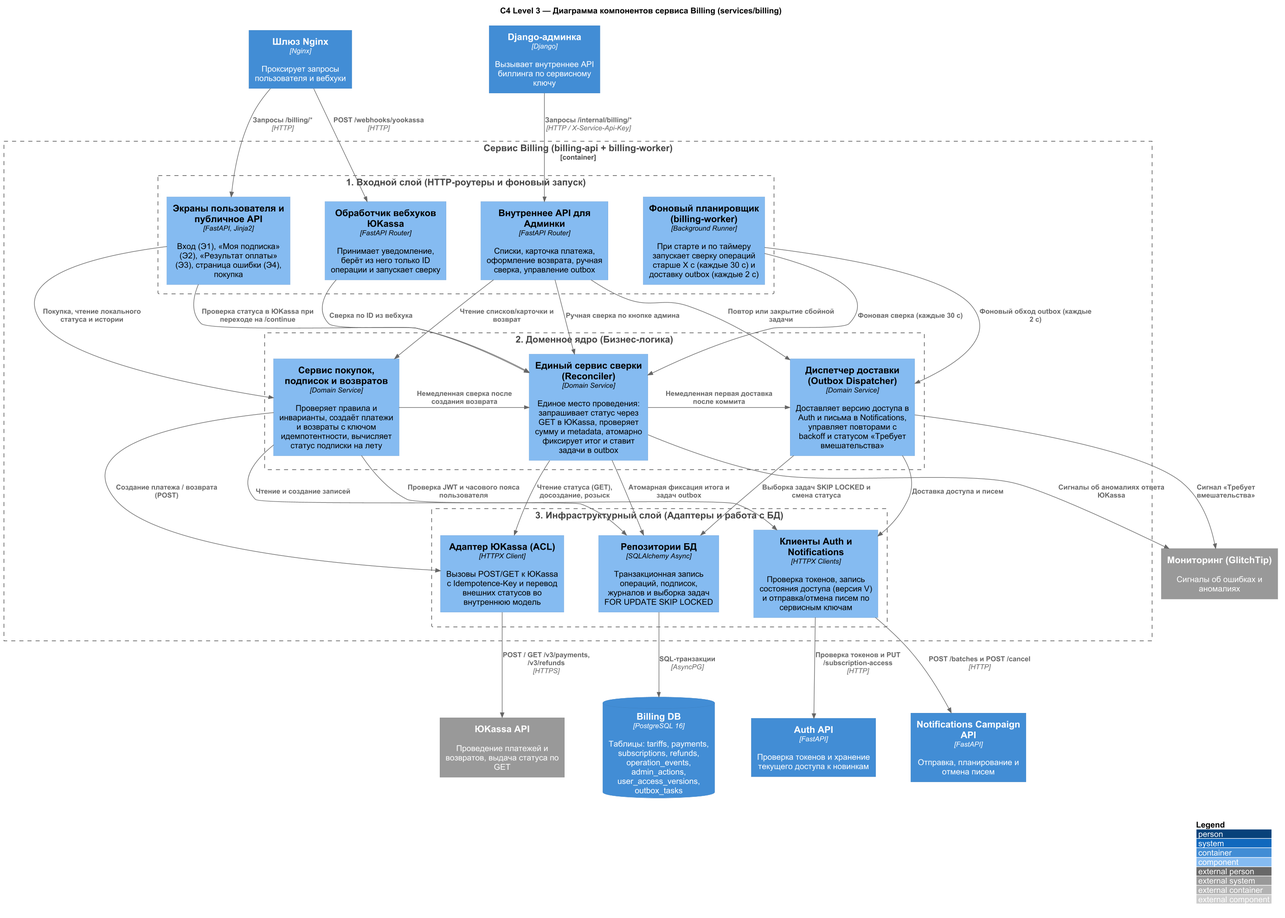
Before: docs/diagrams/billing/11-c4-l3-billing-components.png, a diagram exported from PlantUML (feodal01/graduate_work).
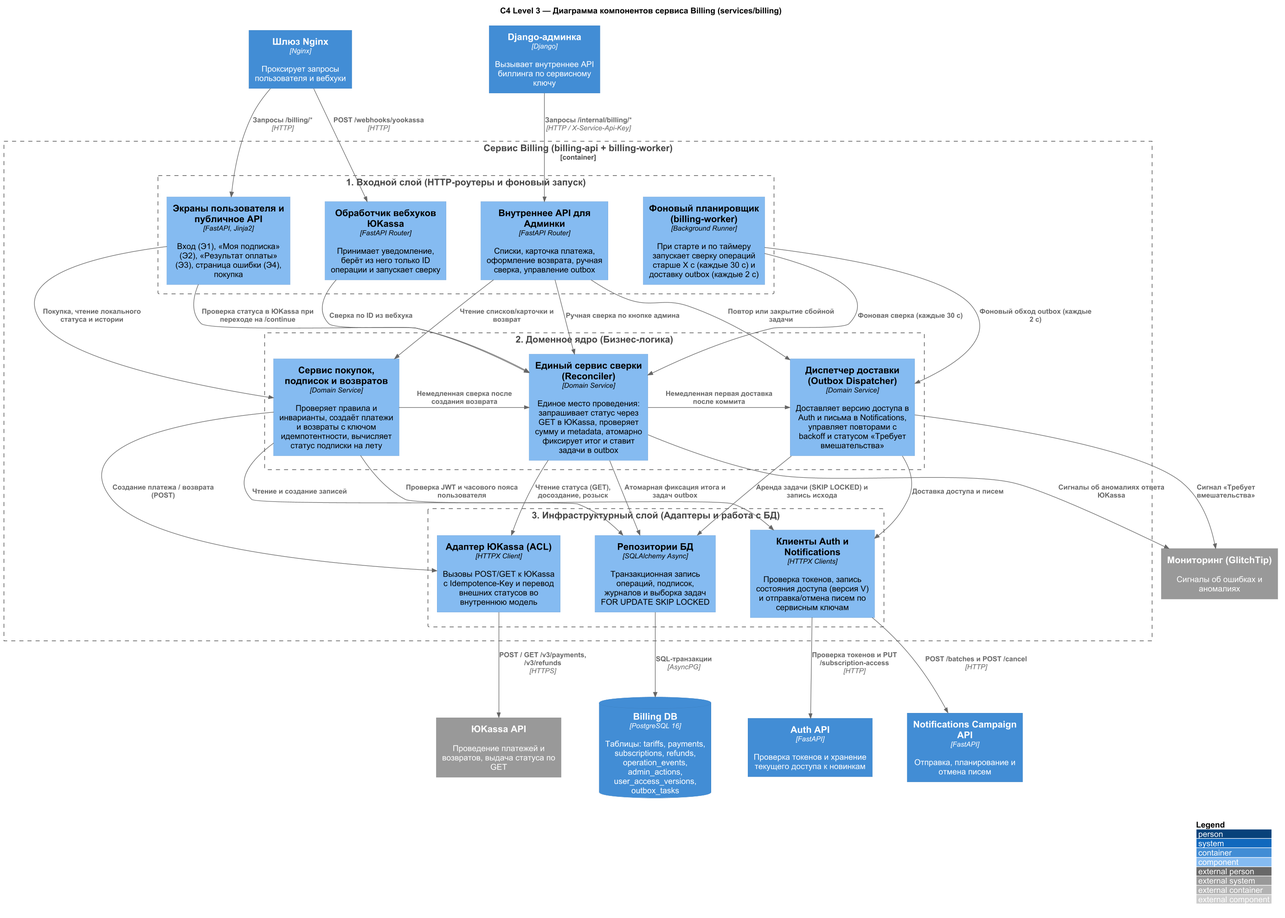
Above is the later version.

Diff of the diagram source:
```diff
@@ -64,7 +64,7 @@
 Rel_D(reconciler_svc, repos, "Атомарная фиксация итога и задач outbox")
 Rel_D(reconciler_svc, glitchtip, "Сигналы об аномалиях ответа ЮKassa")
 
-Rel_D(outbox_dispatcher, repos, "Выборка задач SKIP LOCKED и смена статуса")
+Rel_D(outbox_dispatcher, repos, "Аренда задачи (SKIP LOCKED) и запись исхода")
 Rel_D(outbox_dispatcher, internal_clients, "Доставка доступа и писем")
 Rel_D(outbox_dispatcher, glitchtip, "Сигнал «Требует вмешательства»")
 
```
